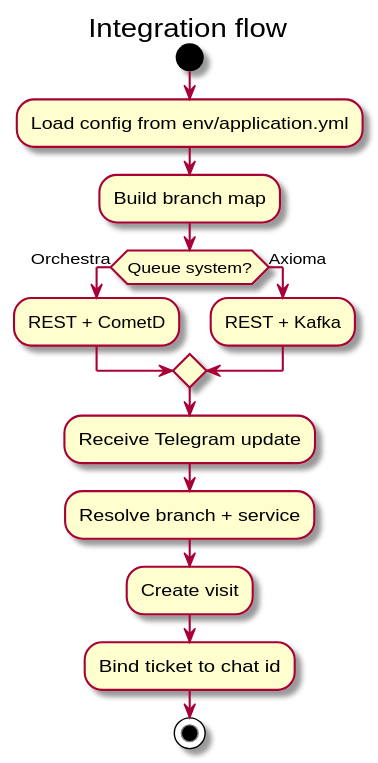
Before: docs/diagrams/integration-flow.svg, a diagram exported from PlantUML (psokolov25/chatBotJava). The source it was exported from:
```plantuml
@startuml
title Integration flow
start
:Load config from env/application.yml;
:Build branch map;
if (Queue system?) then (Orchestra)
  :REST + CometD;
else (Axioma)
  :REST + Kafka;
endif
:Receive Telegram update;
:Resolve branch + service;
:Create visit;
:Bind ticket to chat id;
stop
@enduml
```
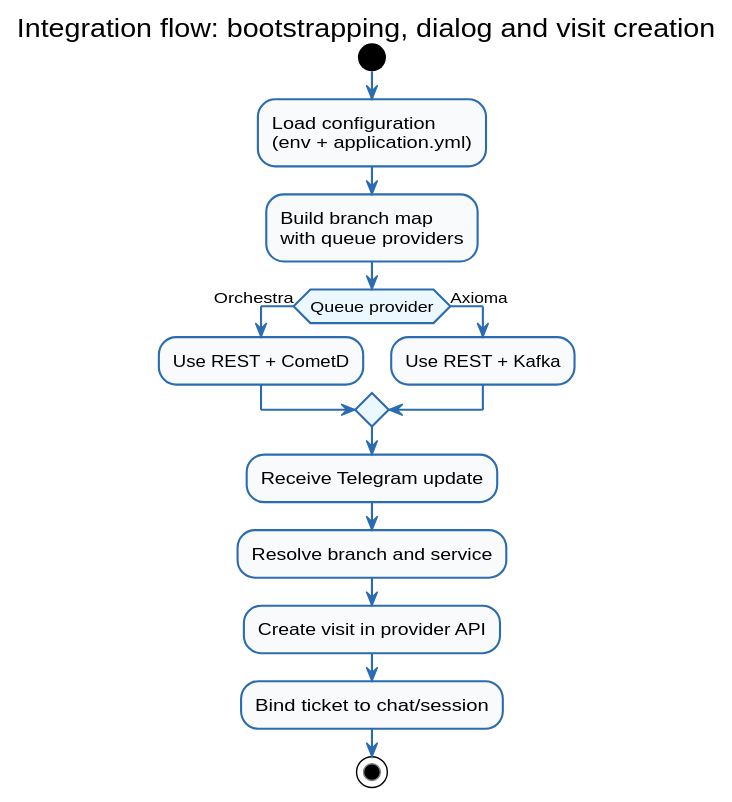
Above is the later version.

Diff of the diagram source:
```diff
@@ -1,16 +1,27 @@
 @startuml
-title Integration flow
+title Integration flow: bootstrapping, dialog and visit creation
+skinparam backgroundColor #FFFFFF
+skinparam shadowing false
+skinparam roundcorner 14
+skinparam activity {
+  BackgroundColor #F8FAFC
+  BorderColor #2B6CB0
+  ArrowColor #2B6CB0
+  DiamondBackgroundColor #EBF8FF
+  DiamondBorderColor #2B6CB0
+}
+
 start
-:Load config from env/application.yml;
-:Build branch map;
-if (Queue system?) then (Orchestra)
-  :REST + CometD;
+:Load configuration\n(env + application.yml);
+:Build branch map\nwith queue providers;
+if (Queue provider) then (Orchestra)
+  :Use REST + CometD;
 else (Axioma)
-  :REST + Kafka;
+  :Use REST + Kafka;
 endif
 :Receive Telegram update;
-:Resolve branch + service;
-:Create visit;
-:Bind ticket to chat id;
+:Resolve branch and service;
+:Create visit in provider API;
+:Bind ticket to chat/session;
 stop
 @enduml
```
